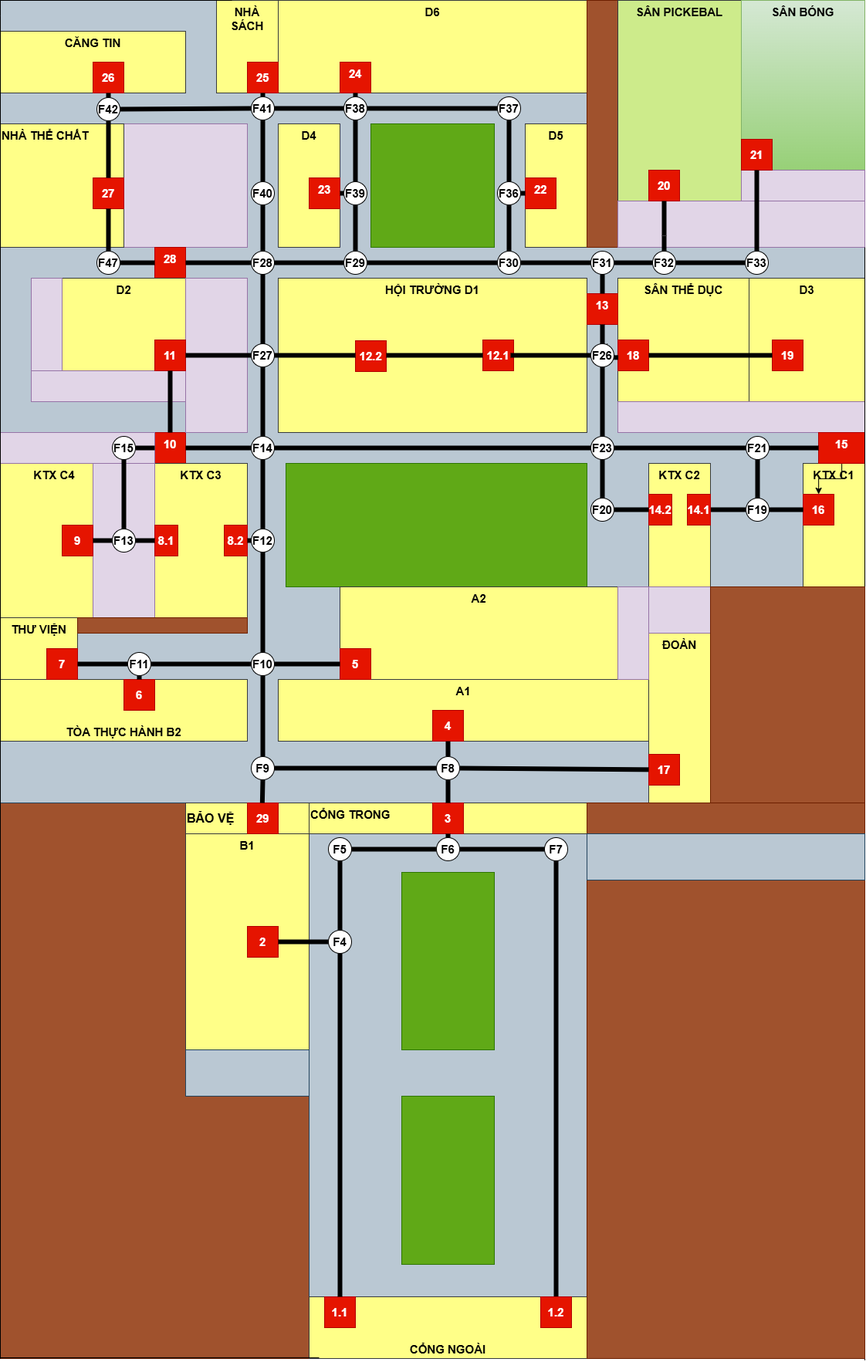
Before: assets/images/pages/ban-do/chung/map3.drawio.png, a diagram exported from draw.io (27a4043285-star/b). Source tidied: cells renumbered, new cells last; positions are measured from the earlier drawing's top-left corner, leaving out a move shared by most shapes.
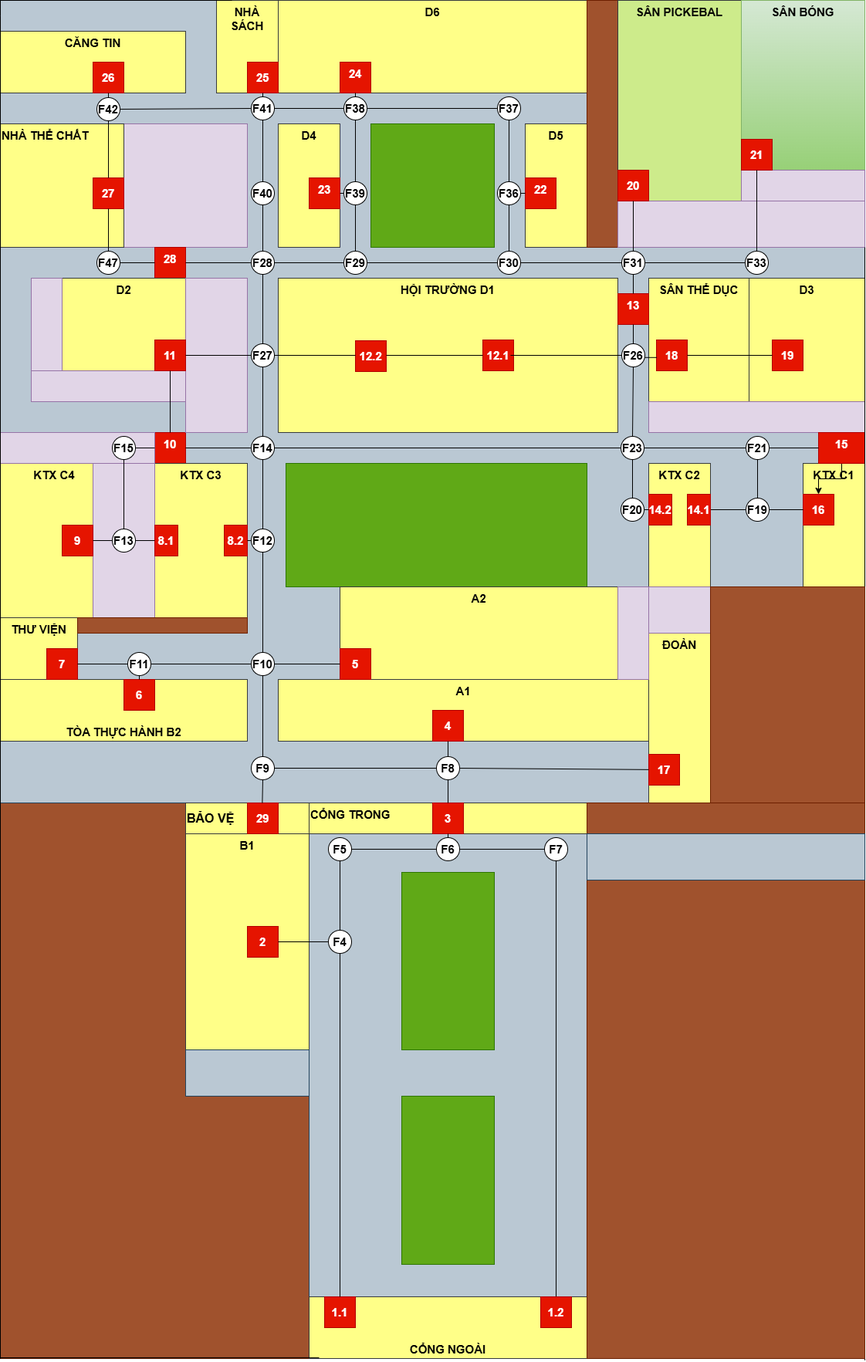
After the commit.

What changed in the source:
```diff
@@ -63,13 +63,13 @@
       <mxGeometry x="970" y="360" width="150" height="160" as="geometry" />
     </mxCell>
     <mxCell id="21" value="SÂN THỂ DỤC" style="rounded=0;whiteSpace=wrap;html=1;align=center;verticalAlign=top;fontSize=15;fillColor=#ffff88;strokeColor=#36393d;shadow=0;labelBackgroundColor=none;fontStyle=1;" parent="1" vertex="1">
-      <mxGeometry x="800" y="360" width="170" height="160" as="geometry" />
+      <mxGeometry x="840" y="360" width="130" height="160" as="geometry" />
     </mxCell>
     <mxCell id="22" style="rounded=0;whiteSpace=wrap;html=1;fillColor=#e1d5e7;strokeColor=#9673a6;align=center;verticalAlign=top;fontSize=15;shadow=0;labelBackgroundColor=none;fontStyle=1;" parent="1" vertex="1">
-      <mxGeometry x="800" y="520" width="320" height="40" as="geometry" />
+      <mxGeometry x="840" y="520" width="280" height="40" as="geometry" />
     </mxCell>
     <mxCell id="23" value="HỘI TRƯỜNG D1" style="rounded=0;whiteSpace=wrap;html=1;align=center;verticalAlign=top;fontSize=15;fillColor=#ffff88;strokeColor=#36393d;shadow=0;labelBackgroundColor=none;fontStyle=1;" parent="1" vertex="1">
-      <mxGeometry x="360" y="360" width="400" height="200" as="geometry" />
+      <mxGeometry x="360" y="360" width="440" height="200" as="geometry" />
     </mxCell>
     <mxCell id="24" value="28" style="whiteSpace=wrap;html=1;fillColor=#e51400;fontColor=#ffffff;strokeColor=#B20000;align=center;verticalAlign=top;fontSize=15;shadow=0;labelBackgroundColor=none;fontStyle=1;" parent="1" vertex="1">
       <mxGeometry x="200" y="320" width="40" height="40" as="geometry" />
@@ -114,7 +114,7 @@
       </mxGeometry>
     </mxCell>
     <mxCell id="37" value="13" style="rounded=0;whiteSpace=wrap;html=1;fillColor=#e51400;fontColor=#ffffff;strokeColor=#B20000;align=center;verticalAlign=top;fontSize=15;shadow=0;labelBackgroundColor=none;fontStyle=1;" parent="1" vertex="1">
-      <mxGeometry x="760" y="380" width="40" height="40" as="geometry" />
+      <mxGeometry x="800" y="380" width="40" height="40" as="geometry" />
     </mxCell>
     <mxCell id="38" style="rounded=0;whiteSpace=wrap;html=1;fillColor=#60a917;fontColor=#ffffff;strokeColor=#2D7600;align=center;verticalAlign=top;fontSize=15;shadow=0;labelBackgroundColor=none;fontStyle=1;" parent="1" vertex="1">
       <mxGeometry x="370" y="600" width="390" height="160" as="geometry" />
@@ -223,7 +223,7 @@
       <mxGeometry x="560" y="1040" width="40" height="40" as="geometry" />
     </mxCell>
     <mxCell id="72" value="20" style="rounded=0;whiteSpace=wrap;html=1;fillColor=#e51400;fontColor=#ffffff;strokeColor=#B20000;fontSize=15;shadow=0;labelBackgroundColor=none;fontStyle=1;" parent="1" vertex="1">
-      <mxGeometry x="840" y="220" width="40" height="40" as="geometry" />
+      <mxGeometry x="800" y="220" width="40" height="40" as="geometry" />
     </mxCell>
     <mxCell id="73" value="21" style="rounded=0;whiteSpace=wrap;html=1;fillColor=#e51400;fontColor=#ffffff;strokeColor=#B20000;fontSize=15;shadow=0;labelBackgroundColor=none;fontStyle=1;" parent="1" vertex="1">
       <mxGeometry x="960" y="180" width="40" height="40" as="geometry" />
@@ -232,7 +232,7 @@
       <mxGeometry x="320" y="1200" width="40" height="40" as="geometry" />
     </mxCell>
     <mxCell id="75" value="18" style="rounded=0;whiteSpace=wrap;html=1;fillColor=#e51400;fontColor=#ffffff;strokeColor=#B20000;fontSize=15;shadow=0;labelBackgroundColor=none;fontStyle=1;" parent="1" vertex="1">
-      <mxGeometry x="800" y="440" width="40" height="40" as="geometry" />
+      <mxGeometry x="850" y="440" width="40" height="40" as="geometry" />
     </mxCell>
     <mxCell id="76" value="19" style="rounded=0;whiteSpace=wrap;html=1;fillColor=#e51400;fontColor=#ffffff;strokeColor=#B20000;fontSize=15;shadow=0;labelBackgroundColor=none;fontStyle=1;" parent="1" vertex="1">
       <mxGeometry x="1000" y="440" width="40" height="40" as="geometry" />
@@ -241,7 +241,7 @@
       <mxGeometry x="325" y="325" width="30" height="30" as="geometry" />
     </mxCell>
     <mxCell id="78" value="F31" style="ellipse;whiteSpace=wrap;html=1;shadow=0;fontSize=15;labelBackgroundColor=none;fontStyle=1;" parent="1" vertex="1">
-      <mxGeometry x="765" y="325" width="30" height="30" as="geometry" />
+      <mxGeometry x="805" y="325" width="30" height="30" as="geometry" />
     </mxCell>
     <mxCell id="79" value="F10" style="ellipse;whiteSpace=wrap;html=1;shadow=0;fontSize=15;labelBackgroundColor=none;fontStyle=1;" parent="1" vertex="1">
       <mxGeometry x="325" y="845" width="30" height="30" as="geometry" />
@@ -250,7 +250,7 @@
       <mxGeometry x="325" y="565" width="30" height="30" as="geometry" />
     </mxCell>
     <mxCell id="81" value="F23" style="ellipse;whiteSpace=wrap;html=1;shadow=0;fontSize=15;labelBackgroundColor=none;fontStyle=1;" parent="1" vertex="1">
-      <mxGeometry x="765" y="565" width="30" height="30" as="geometry" />
+      <mxGeometry x="804" y="565" width="30" height="30" as="geometry" />
     </mxCell>
     <mxCell id="82" style="rounded=0;whiteSpace=wrap;html=1;fillColor=#a0522d;fontColor=#ffffff;strokeColor=#6D1F00;shadow=0;fontSize=15;labelBackgroundColor=none;fontStyle=1;" parent="1" vertex="1">
       <mxGeometry x="100" y="800" width="220" height="20" as="geometry" />
@@ -272,10 +272,8 @@
     <mxCell id="87" style="endArrow=none;html=1;rounded=0;exitX=0.5;exitY=1;exitDx=0;exitDy=0;shadow=0;shape=pipe;fontSize=15;labelBackgroundColor=none;fontStyle=1;entryX=0.5;entryY=0;entryDx=0;entryDy=0;" parent="1" edge="1" source="114" target="55">
       <mxGeometry relative="1" as="geometry" />
     </mxCell>
-    <mxCell id="88" style="endArrow=none;html=1;rounded=0;entryX=0.5;entryY=1;entryDx=0;entryDy=0;exitX=1;exitY=0.5;exitDx=0;exitDy=0;shadow=0;shape=pipe;fontSize=15;labelBackgroundColor=none;fontStyle=1;" parent="1" edge="1" target="72">
-      <mxGeometry relative="1" as="geometry">
-        <mxPoint x="860" y="305" as="sourcePoint" />
-      </mxGeometry>
+    <mxCell id="88" style="endArrow=none;html=1;rounded=0;entryX=0.5;entryY=1;entryDx=0;entryDy=0;exitX=0.5;exitY=0;exitDx=0;exitDy=0;shadow=0;shape=pipe;fontSize=15;labelBackgroundColor=none;fontStyle=1;" parent="1" edge="1" source="78" target="72">
+      <mxGeometry relative="1" as="geometry" />
     </mxCell>
     <mxCell id="89" value="F33" style="ellipse;whiteSpace=wrap;html=1;shadow=0;fontSize=15;labelBackgroundColor=none;fontStyle=1;direction=south;" parent="1" vertex="1">
       <mxGeometry x="965" y="325" width="30" height="30" as="geometry" />
@@ -348,11 +346,6 @@
     <mxCell id="107" style="endArrow=none;html=1;rounded=0;exitX=0.5;exitY=0;exitDx=0;exitDy=0;entryX=1;entryY=0.5;entryDx=0;entryDy=0;shadow=0;shape=pipe;fontSize=15;labelBackgroundColor=none;fontStyle=1;" parent="1" edge="1" source="148" target="34">
       <mxGeometry relative="1" as="geometry" />
     </mxCell>
-    <mxCell id="108" style="endArrow=none;html=1;rounded=0;exitX=0.002;exitY=0.287;exitDx=0;exitDy=0;exitPerimeter=0;shadow=0;fontSize=15;labelBackgroundColor=none;fontStyle=1;" parent="1" edge="1" source="137">
-      <mxGeometry relative="1" as="geometry">
-        <mxPoint x="780" y="460" as="targetPoint" />
-      </mxGeometry>
-    </mxCell>
     <mxCell id="109" style="endArrow=none;html=1;rounded=0;entryX=1;entryY=0.5;entryDx=0;entryDy=0;shadow=0;shape=pipe;fontSize=15;labelBackgroundColor=none;fontStyle=1;" parent="1" edge="1" source="128" target="123">
       <mxGeometry relative="1" as="geometry" />
     </mxCell>
@@ -441,14 +434,6 @@
     <mxCell id="132" style="endArrow=none;html=1;rounded=0;exitX=1;exitY=0.5;exitDx=0;exitDy=0;entryX=0.5;entryY=1;entryDx=0;entryDy=0;shadow=0;shape=pipe;fontSize=15;labelBackgroundColor=none;fontStyle=1;" parent="1" edge="1" source="53" target="131">
       <mxGeometry relative="1" as="geometry" />
     </mxCell>
-    <mxCell id="133" value="F32" style="ellipse;whiteSpace=wrap;html=1;direction=south;shadow=0;fontSize=15;labelBackgroundColor=none;fontStyle=1;" parent="1" vertex="1">
-      <mxGeometry x="845" y="325" width="30" height="30" as="geometry" />
-    </mxCell>
-    <mxCell id="134" style="endArrow=none;html=1;rounded=0;entryX=1;entryY=0.5;entryDx=0;entryDy=0;exitX=0;exitY=0.5;exitDx=0;exitDy=0;shadow=0;shape=pipe;fontSize=15;labelBackgroundColor=none;fontStyle=1;" parent="1" edge="1" source="133">
-      <mxGeometry relative="1" as="geometry">
-        <mxPoint x="860" y="305" as="targetPoint" />
-      </mxGeometry>
-    </mxCell>
     <mxCell id="135" value="F21" style="ellipse;whiteSpace=wrap;html=1;direction=south;fontSize=15;labelBackgroundColor=none;fontStyle=1;" parent="1" vertex="1">
       <mxGeometry x="966" y="565" width="30" height="30" as="geometry" />
     </mxCell>
@@ -456,7 +441,7 @@
       <mxGeometry relative="1" as="geometry" />
     </mxCell>
     <mxCell id="137" value="F26" style="ellipse;whiteSpace=wrap;html=1;direction=south;fontSize=15;labelBackgroundColor=none;fontStyle=1;" parent="1" vertex="1">
-      <mxGeometry x="765" y="445" width="30" height="30" as="geometry" />
+      <mxGeometry x="805" y="445" width="30" height="30" as="geometry" />
     </mxCell>
     <mxCell id="138" style="endArrow=none;html=1;rounded=0;entryX=0.5;entryY=1;entryDx=0;entryDy=0;exitX=0;exitY=0.5;exitDx=0;exitDy=0;shape=pipe;fontSize=15;labelBackgroundColor=none;fontStyle=1;" parent="1" edge="1" source="137" target="37">
       <mxGeometry relative="1" as="geometry" />
@@ -474,7 +459,7 @@
       <mxGeometry relative="1" as="geometry" />
     </mxCell>
     <mxCell id="143" value="F20" style="ellipse;whiteSpace=wrap;html=1;direction=south;fontSize=15;labelBackgroundColor=none;fontStyle=1;" parent="1" vertex="1">
-      <mxGeometry x="765" y="645" width="30" height="30" as="geometry" />
+      <mxGeometry x="804" y="645" width="30" height="30" as="geometry" />
     </mxCell>
     <mxCell id="144" style="endArrow=none;html=1;rounded=0;entryX=0;entryY=0.5;entryDx=0;entryDy=0;shadow=0;exitX=1;exitY=0.5;exitDx=0;exitDy=0;shape=pipe;fontSize=15;labelBackgroundColor=none;fontStyle=1;" parent="1" edge="1" source="135" target="145">
       <mxGeometry relative="1" as="geometry" />
@@ -582,10 +567,7 @@
     <mxCell id="177" style="rounded=0;whiteSpace=wrap;html=1;fillColor=#e1d5e7;strokeColor=#9673a6;" parent="1" vertex="1">
       <mxGeometry x="800" y="760" width="40" height="120" as="geometry" />
     </mxCell>
-    <mxCell id="178" style="endArrow=none;html=1;rounded=0;exitX=1;exitY=0.5;exitDx=0;exitDy=0;entryX=0.5;entryY=1;entryDx=0;entryDy=0;shape=pipe;" parent="1" edge="1" source="78" target="133">
-      <mxGeometry relative="1" as="geometry" />
-    </mxCell>
-    <mxCell id="179" style="endArrow=none;html=1;rounded=0;entryX=0.5;entryY=1;entryDx=0;entryDy=0;exitX=0.5;exitY=0;exitDx=0;exitDy=0;shape=pipe;" parent="1" edge="1" source="133" target="89">
+    <mxCell id="179" style="endArrow=none;html=1;rounded=0;entryX=0.5;entryY=1;entryDx=0;entryDy=0;exitX=1;exitY=0.5;exitDx=0;exitDy=0;shape=pipe;" parent="1" edge="1" source="78" target="89">
       <mxGeometry relative="1" as="geometry" />
     </mxCell>
     <mxCell id="180" style="endArrow=none;html=1;rounded=0;exitX=0;exitY=0.5;exitDx=0;exitDy=0;entryX=0.5;entryY=1;entryDx=0;entryDy=0;shape=pipe;" parent="1" edge="1" source="89" target="73">
```
